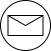
SofiyaBrodnikova/-educational keeps this draw.io diagram as BPMN.drawio.png. Above is the earlier version. Source tidied: cells renumbered, new cells last; positions are measured from the earlier drawing's top-left corner, leaving out a move shared by most shapes. Its diagram source:
```xml
<mxGraphModel>
  <root>
    <mxCell id="0" />
    <mxCell id="1" parent="0" />
    <mxCell id="2" style="shape=mxgraph.bpmn.event;html=1;verticalLabelPosition=bottom;labelBackgroundColor=#ffffff;verticalAlign=top;align=center;perimeter=ellipsePerimeter;outline=standard;symbol=message;" parent="1" vertex="1">
      <mxGeometry width="50" height="50" as="geometry" />
    </mxCell>
  </root>
</mxGraphModel>
```
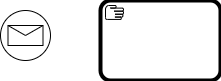
After the change.

What changed in the source:
```diff
@@ -5,5 +5,8 @@
     <mxCell id="2" style="shape=mxgraph.bpmn.event;html=1;verticalLabelPosition=bottom;labelBackgroundColor=#ffffff;verticalAlign=top;align=center;perimeter=ellipsePerimeter;outline=standard;symbol=message;" parent="1" vertex="1">
       <mxGeometry width="50" height="50" as="geometry" />
     </mxCell>
+    <mxCell id="3" style="shape=mxgraph.bpmn.task2;whiteSpace=wrap;rectStyle=rounded;size=10;html=1;bpmnShapeType=call;taskMarker=manual;" parent="1" vertex="1">
+      <mxGeometry x="100" y="-10" width="120" height="80" as="geometry" />
+    </mxCell>
   </root>
 </mxGraphModel>
```
